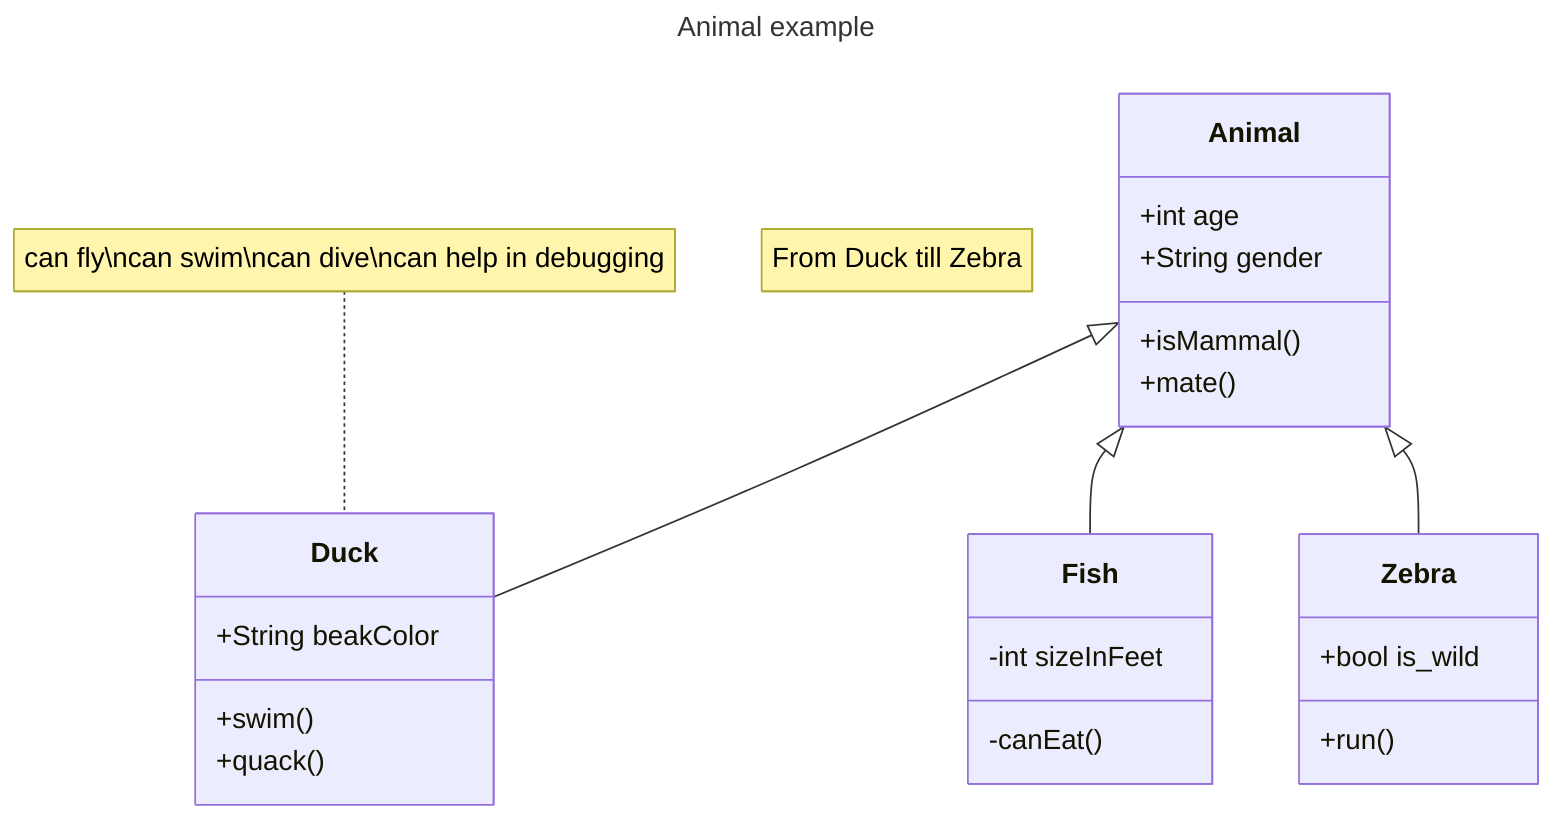
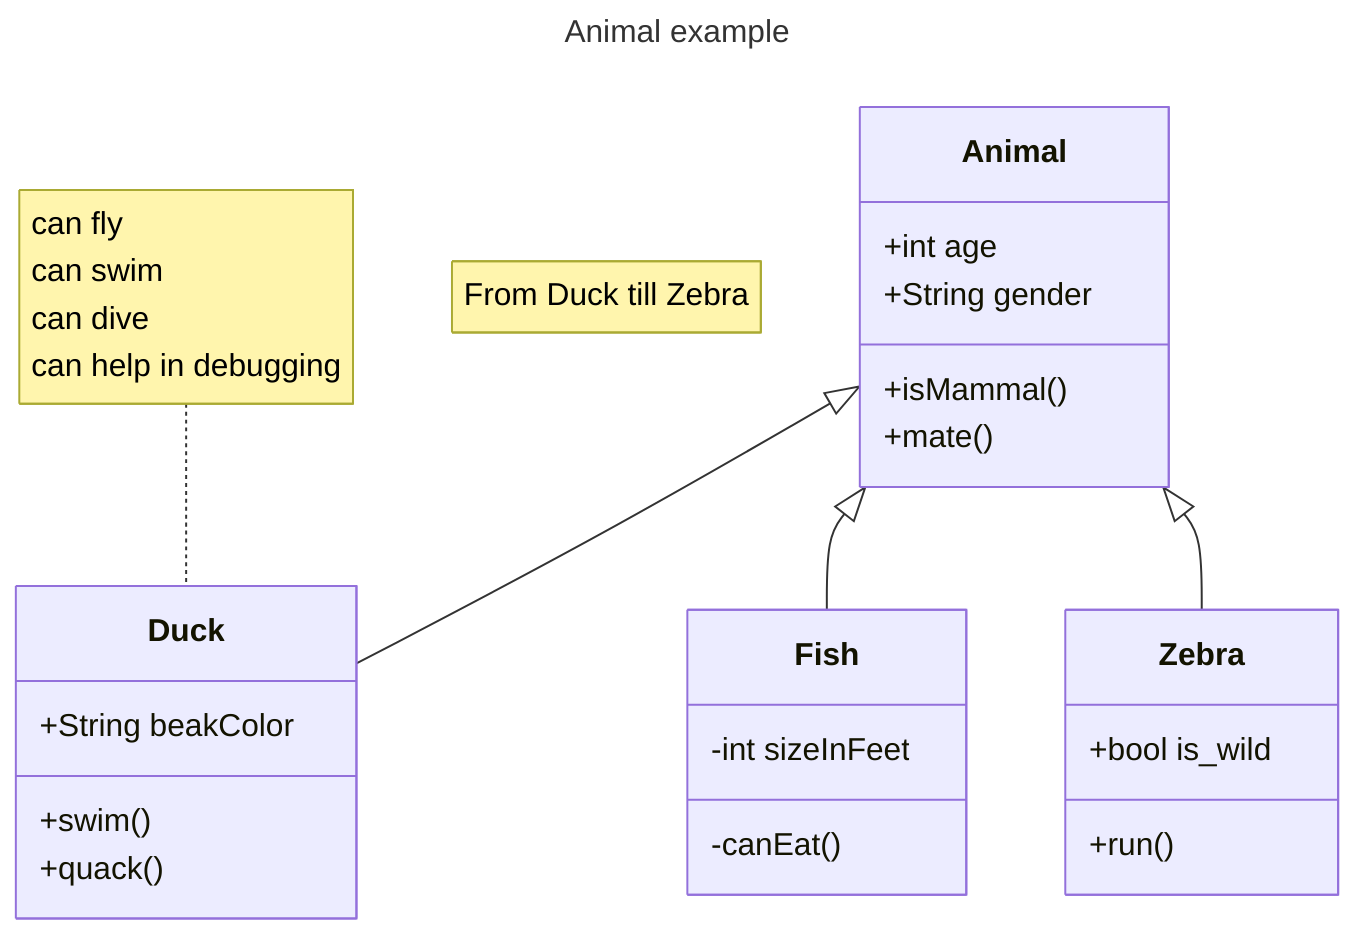
---
title: Animal example
---
classDiagram
    note "From Duck till Zebra"
    Animal <|-- Duck
-     note for Duck "can fly\ncan swim\ncan dive\ncan help in debugging"
+     note for Duck "can fly<br>can swim<br>can dive<br>can help in debugging"
    Animal <|-- Fish
    Animal <|-- Zebra
    Animal: +int age
    Animal: +String gender
    Animal: +isMammal()
    Animal: +mate()
    class Duck {
        +String beakColor
        +swim()
        +quack()
    }
    class Fish {
        -int sizeInFeet
        -canEat()
    }
    class Zebra {
        +bool is_wild
        +run()
    }